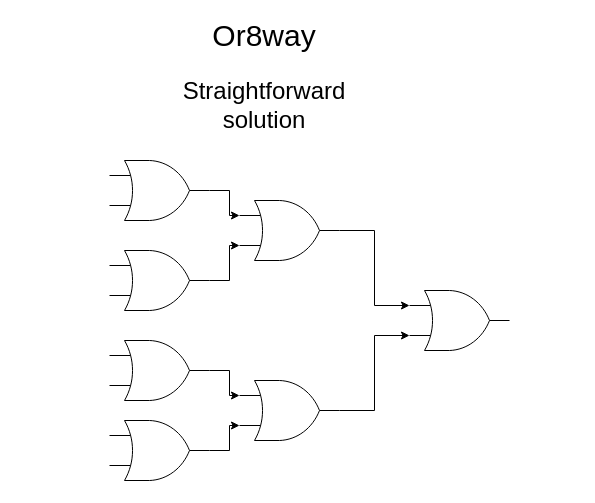
S4m1d/nand2tetris keeps this draw.io diagram as project1/Or8way.drawio. Above is the earlier version. Source tidied: cells renumbered, new cells numbered last; positions are measured from the earlier drawing's top-left corner, leaving out a move shared by most shapes. Both pictures are drawn from the tidied source at 100%, with x=0, y=0 at pixel (109, 20).
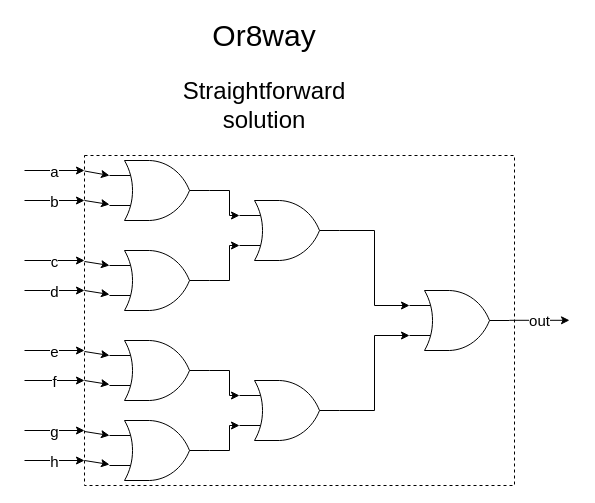
The same page after the edit.

Commit message (it also covers changes not shown here):
prettified couple of chip's schemas

Unchanged cells that the change refers to:
```xml
<mxCell id="2" style="verticalLabelPosition=bottom;shadow=0;dashed=0;align=center;html=1;verticalAlign=top;shape=mxgraph.electrical.logic_gates.logic_gate;operation=or;" parent="1" vertex="1">
  <mxGeometry y="140" width="100" height="60" as="geometry" />
</mxCell>
```

Change to the diagram source:
```diff
@@
+    <mxCell id="17" style="rounded=0;whiteSpace=wrap;html=1;fillColor=none;dashed=1;" parent="1" vertex="1">
+      <mxGeometry x="-25" y="135" width="430" height="330" as="geometry" />
+    </mxCell>
@@
+    <mxCell id="18" style="endArrow=classic;html=1;rounded=0;" parent="1" edge="1">
+      <mxGeometry relative="1" as="geometry">
+        <mxPoint x="-85" y="150" as="sourcePoint" />
+        <mxPoint x="-25" y="150" as="targetPoint" />
+      </mxGeometry>
+    </mxCell>
+    <mxCell id="19" value="&lt;font style=&quot;font-size: 15px;&quot;&gt;a&lt;/font&gt;" style="edgeLabel;html=1;align=center;verticalAlign=middle;" parent="18" vertex="1">
+      <mxGeometry x="-0.04" relative="1" as="geometry" />
+    </mxCell>
+    <mxCell id="20" style="endArrow=classic;html=1;rounded=0;exitX=0;exitY=0.047;exitDx=0;exitDy=0;exitPerimeter=0;entryX=0;entryY=0.25;entryDx=0;entryDy=0;entryPerimeter=0;" parent="1" edge="1" source="17" target="2">
+      <mxGeometry relative="1" as="geometry" />
+    </mxCell>
+    <mxCell id="21" style="endArrow=classic;html=1;rounded=0;" parent="1" edge="1">
+      <mxGeometry relative="1" as="geometry">
+        <mxPoint x="-85" y="180" as="sourcePoint" />
+        <mxPoint x="-25" y="180" as="targetPoint" />
+      </mxGeometry>
+    </mxCell>
+    <mxCell id="22" value="&lt;font style=&quot;font-size: 15px;&quot;&gt;b&lt;/font&gt;" style="edgeLabel;html=1;align=center;verticalAlign=middle;" parent="21" vertex="1">
+      <mxGeometry x="-0.04" relative="1" as="geometry" />
+    </mxCell>
+    <mxCell id="23" style="endArrow=classic;html=1;rounded=0;exitX=0;exitY=0.047;exitDx=0;exitDy=0;exitPerimeter=0;entryX=0;entryY=0.25;entryDx=0;entryDy=0;entryPerimeter=0;" parent="1" edge="1">
+      <mxGeometry relative="1" as="geometry">
+        <mxPoint x="-25" y="180" as="sourcePoint" />
+        <mxPoint y="184" as="targetPoint" />
+      </mxGeometry>
+    </mxCell>
+    <mxCell id="24" style="endArrow=classic;html=1;rounded=0;" parent="1" edge="1">
+      <mxGeometry relative="1" as="geometry">
+        <mxPoint x="-85" y="270" as="sourcePoint" />
+        <mxPoint x="-25" y="270" as="targetPoint" />
+      </mxGeometry>
+    </mxCell>
+    <mxCell id="25" value="&lt;font style=&quot;font-size: 15px;&quot;&gt;d&lt;/font&gt;" style="edgeLabel;html=1;align=center;verticalAlign=middle;" parent="24" vertex="1">
+      <mxGeometry x="-0.04" relative="1" as="geometry" />
+    </mxCell>
+    <mxCell id="26" style="endArrow=classic;html=1;rounded=0;" parent="1" edge="1">
+      <mxGeometry relative="1" as="geometry">
+        <mxPoint x="-85" y="240" as="sourcePoint" />
+        <mxPoint x="-25" y="240" as="targetPoint" />
+      </mxGeometry>
+    </mxCell>
+    <mxCell id="27" value="&lt;font style=&quot;font-size: 15px;&quot;&gt;c&lt;/font&gt;" style="edgeLabel;html=1;align=center;verticalAlign=middle;" parent="26" vertex="1">
+      <mxGeometry x="-0.04" relative="1" as="geometry" />
+    </mxCell>
+    <mxCell id="28" style="endArrow=classic;html=1;rounded=0;exitX=0;exitY=0.047;exitDx=0;exitDy=0;exitPerimeter=0;entryX=0;entryY=0.25;entryDx=0;entryDy=0;entryPerimeter=0;" parent="1" edge="1">
+      <mxGeometry relative="1" as="geometry">
+        <mxPoint x="-25" y="241" as="sourcePoint" />
+        <mxPoint y="245" as="targetPoint" />
+      </mxGeometry>
+    </mxCell>
+    <mxCell id="29" style="endArrow=classic;html=1;rounded=0;exitX=0;exitY=0.047;exitDx=0;exitDy=0;exitPerimeter=0;entryX=0;entryY=0.25;entryDx=0;entryDy=0;entryPerimeter=0;" parent="1" edge="1">
+      <mxGeometry relative="1" as="geometry">
+        <mxPoint x="-25" y="270" as="sourcePoint" />
+        <mxPoint y="274" as="targetPoint" />
+      </mxGeometry>
+    </mxCell>
+    <mxCell id="30" style="endArrow=classic;html=1;rounded=0;" parent="1" edge="1">
+      <mxGeometry relative="1" as="geometry">
+        <mxPoint x="-85" y="360" as="sourcePoint" />
+        <mxPoint x="-25" y="360" as="targetPoint" />
+      </mxGeometry>
+    </mxCell>
+    <mxCell id="31" value="&lt;font style=&quot;font-size: 15px;&quot;&gt;f&lt;/font&gt;" style="edgeLabel;html=1;align=center;verticalAlign=middle;" parent="30" vertex="1">
+      <mxGeometry x="-0.04" relative="1" as="geometry" />
+    </mxCell>
+    <mxCell id="32" style="endArrow=classic;html=1;rounded=0;" parent="1" edge="1">
+      <mxGeometry relative="1" as="geometry">
+        <mxPoint x="-85" y="330" as="sourcePoint" />
+        <mxPoint x="-25" y="330" as="targetPoint" />
+      </mxGeometry>
+    </mxCell>
+    <mxCell id="33" value="&lt;font style=&quot;font-size: 15px;&quot;&gt;e&lt;/font&gt;" style="edgeLabel;html=1;align=center;verticalAlign=middle;" parent="32" vertex="1">
+      <mxGeometry x="-0.04" relative="1" as="geometry" />
+    </mxCell>
+    <mxCell id="34" style="endArrow=classic;html=1;rounded=0;exitX=0;exitY=0.047;exitDx=0;exitDy=0;exitPerimeter=0;entryX=0;entryY=0.25;entryDx=0;entryDy=0;entryPerimeter=0;" parent="1" edge="1">
+      <mxGeometry relative="1" as="geometry">
+        <mxPoint x="-25" y="331" as="sourcePoint" />
+        <mxPoint y="335" as="targetPoint" />
+      </mxGeometry>
+    </mxCell>
+    <mxCell id="35" style="endArrow=classic;html=1;rounded=0;exitX=0;exitY=0.047;exitDx=0;exitDy=0;exitPerimeter=0;entryX=0;entryY=0.25;entryDx=0;entryDy=0;entryPerimeter=0;" parent="1" edge="1">
+      <mxGeometry relative="1" as="geometry">
+        <mxPoint x="-25" y="360" as="sourcePoint" />
+        <mxPoint y="364" as="targetPoint" />
+      </mxGeometry>
+    </mxCell>
+    <mxCell id="36" style="endArrow=classic;html=1;rounded=0;" parent="1" edge="1">
+      <mxGeometry relative="1" as="geometry">
+        <mxPoint x="-85" y="440" as="sourcePoint" />
+        <mxPoint x="-25" y="440" as="targetPoint" />
+      </mxGeometry>
+    </mxCell>
+    <mxCell id="37" value="&lt;font style=&quot;font-size: 15px;&quot;&gt;h&lt;/font&gt;" style="edgeLabel;html=1;align=center;verticalAlign=middle;" parent="36" vertex="1">
+      <mxGeometry x="-0.04" relative="1" as="geometry" />
+    </mxCell>
+    <mxCell id="38" style="endArrow=classic;html=1;rounded=0;" parent="1" edge="1">
+      <mxGeometry relative="1" as="geometry">
+        <mxPoint x="-85" y="410" as="sourcePoint" />
+        <mxPoint x="-25" y="410" as="targetPoint" />
+      </mxGeometry>
+    </mxCell>
+    <mxCell id="39" value="&lt;font style=&quot;font-size: 15px;&quot;&gt;g&lt;/font&gt;" style="edgeLabel;html=1;align=center;verticalAlign=middle;" parent="38" vertex="1">
+      <mxGeometry x="-0.04" relative="1" as="geometry" />
+    </mxCell>
+    <mxCell id="40" style="endArrow=classic;html=1;rounded=0;exitX=0;exitY=0.047;exitDx=0;exitDy=0;exitPerimeter=0;entryX=0;entryY=0.25;entryDx=0;entryDy=0;entryPerimeter=0;" parent="1" edge="1">
+      <mxGeometry relative="1" as="geometry">
+        <mxPoint x="-25" y="411" as="sourcePoint" />
+        <mxPoint y="415" as="targetPoint" />
+      </mxGeometry>
+    </mxCell>
+    <mxCell id="41" style="endArrow=classic;html=1;rounded=0;exitX=0;exitY=0.047;exitDx=0;exitDy=0;exitPerimeter=0;entryX=0;entryY=0.25;entryDx=0;entryDy=0;entryPerimeter=0;" parent="1" edge="1">
+      <mxGeometry relative="1" as="geometry">
+        <mxPoint x="-25" y="440" as="sourcePoint" />
+        <mxPoint y="444" as="targetPoint" />
+      </mxGeometry>
+    </mxCell>
+    <mxCell id="42" style="endArrow=classic;html=1;rounded=0;" parent="1" edge="1">
+      <mxGeometry relative="1" as="geometry">
+        <mxPoint x="400" y="299.8" as="sourcePoint" />
+        <mxPoint x="460" y="299.8" as="targetPoint" />
+      </mxGeometry>
+    </mxCell>
+    <mxCell id="43" value="&lt;font style=&quot;font-size: 15px;&quot;&gt;out&lt;/font&gt;" style="edgeLabel;html=1;align=center;verticalAlign=middle;" parent="42" vertex="1">
+      <mxGeometry x="-0.04" relative="1" as="geometry" />
+    </mxCell>
```
